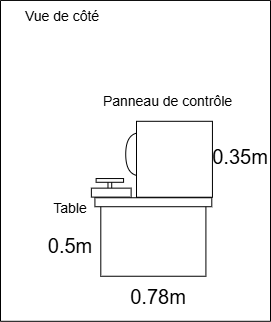
Above: technique/plan_implantation_02.drawio.png in deux-intelligence/deux-neurones (draw.io), before the change. Source tidied: cells renumbered, new cells last; positions are measured from the earlier drawing's top-left corner, leaving out a move shared by most shapes.
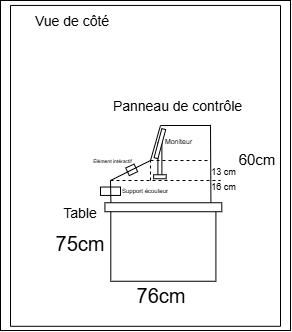
The same diagram one commit later.

Commit message:
Retouchement des plan d'implantation et  de l'équipement

What changed in the source:
```diff
@@ -2,12 +2,83 @@
   <root>
     <mxCell id="0" />
     <mxCell id="1" parent="0" />
-    <mxCell id="2" style="shape=or;whiteSpace=wrap;html=1;rotation=-180;" parent="1" vertex="1">
-      <mxGeometry x="125.2" y="132.2" width="14.8" height="43.1" as="geometry" />
-    </mxCell>
-    <mxCell id="3" style="rounded=0;whiteSpace=wrap;html=1;direction=south;rotation=-180;" parent="1" vertex="1">
-      <mxGeometry x="107.5" y="180.8" width="3.7" height="14.6" as="geometry" />
-    </mxCell>
+    <mxCell id="16" style="rounded=0;whiteSpace=wrap;html=1;" parent="1" vertex="1">
+      <mxGeometry x="-10" y="-5" width="290" height="330" as="geometry" />
+    </mxCell>
+    <mxCell id="13" style="swimlane;startSize=0;" parent="1" vertex="1">
+      <mxGeometry y="-0.1" width="270" height="320.9" as="geometry" />
+    </mxCell>
+    <mxCell id="17" style="rounded=0;whiteSpace=wrap;html=1;rotation=0;" parent="13" vertex="1">
+      <mxGeometry x="147.4" y="137.5" width="4" height="32.5" as="geometry" />
+    </mxCell>
+    <mxCell id="18" style="rounded=0;whiteSpace=wrap;html=1;rotation=65;direction=south;" parent="13" vertex="1">
+      <mxGeometry x="117" y="159.8" width="8.4" height="9.2" as="geometry" />
+    </mxCell>
+    <mxCell id="19" style="rounded=0;whiteSpace=wrap;html=1;" parent="13" vertex="1">
+      <mxGeometry x="90" y="181.6" width="20" height="8.4" as="geometry" />
+    </mxCell>
+    <mxCell id="20" style="endArrow=none;html=1;exitX=1.007;exitY=0.145;exitDx=0;exitDy=0;exitPerimeter=0;" parent="13" edge="1" source="6">
+      <mxGeometry relative="1" as="geometry">
+        <mxPoint x="100" y="175.1" as="targetPoint" />
+      </mxGeometry>
+    </mxCell>
+    <mxCell id="14" value="Vue de côté" style="text;html=1;whiteSpace=wrap;strokeColor=none;fillColor=none;align=center;verticalAlign=middle;rounded=0;fontSize=14;" parent="13" vertex="1">
+      <mxGeometry x="12.4" y="0.9" width="100" height="30" as="geometry" />
+    </mxCell>
+    <mxCell id="21" value="60cm" style="text;html=1;whiteSpace=wrap;strokeColor=none;fillColor=none;align=center;verticalAlign=middle;rounded=0;fontSize=15;spacing=1;" parent="13" vertex="1">
+      <mxGeometry x="227" y="143.1" width="40" height="21.3" as="geometry" />
+    </mxCell>
+    <mxCell id="22" value="75cm" style="text;html=1;whiteSpace=wrap;strokeColor=none;fillColor=none;align=center;verticalAlign=middle;rounded=0;fontSize=20;" parent="13" vertex="1">
+      <mxGeometry x="40" y="223.2" width="60" height="30" as="geometry" />
+    </mxCell>
+    <mxCell id="23" value="76cm" style="text;html=1;whiteSpace=wrap;strokeColor=none;fillColor=none;align=center;verticalAlign=middle;rounded=0;fontSize=20;" parent="13" vertex="1">
+      <mxGeometry x="121.4" y="275.1" width="60" height="30" as="geometry" />
+    </mxCell>
+    <mxCell id="24" style="endArrow=none;html=1;" parent="13" edge="1">
+      <mxGeometry relative="1" as="geometry">
+        <mxPoint x="100" y="175.1" as="sourcePoint" />
+        <mxPoint x="140" y="155.1" as="targetPoint" />
+      </mxGeometry>
+    </mxCell>
+    <mxCell id="25" style="endArrow=none;html=1;" parent="13" edge="1">
+      <mxGeometry relative="1" as="geometry">
+        <mxPoint x="140" y="155.1" as="sourcePoint" />
+        <mxPoint x="150" y="120.1" as="targetPoint" />
+      </mxGeometry>
+    </mxCell>
+    <mxCell id="26" style="endArrow=none;html=1;exitX=0.97;exitY=0.092;exitDx=0;exitDy=0;exitPerimeter=0;" parent="13" edge="1">
+      <mxGeometry relative="1" as="geometry">
+        <mxPoint x="200.4" y="197.5" as="sourcePoint" />
+        <mxPoint x="200" y="119.4" as="targetPoint" />
+      </mxGeometry>
+    </mxCell>
+    <mxCell id="27" value="16 cm" style="text;html=1;whiteSpace=wrap;strokeColor=none;fillColor=none;align=center;verticalAlign=middle;rounded=0;fontSize=9;" parent="13" vertex="1">
+      <mxGeometry x="200" y="174.9" width="27" height="15.1" as="geometry" />
+    </mxCell>
+    <mxCell id="28" style="rounded=0;whiteSpace=wrap;html=1;rotation=15;" parent="13" vertex="1">
+      <mxGeometry x="147.4" y="123.2" width="4" height="30" as="geometry" />
+    </mxCell>
+    <mxCell id="29" style="endArrow=none;dashed=1;html=1;" parent="13" edge="1">
+      <mxGeometry relative="1" as="geometry">
+        <mxPoint x="140" y="155.1" as="sourcePoint" />
+        <mxPoint x="200" y="155.1" as="targetPoint" />
+      </mxGeometry>
+    </mxCell>
+    <mxCell id="30" style="rounded=0;whiteSpace=wrap;html=1;rotation=-90;" parent="13" vertex="1">
+      <mxGeometry x="147.4" y="165.1" width="4" height="12.5" as="geometry" />
+    </mxCell>
+    <mxCell id="31" value="13 cm" style="text;html=1;whiteSpace=wrap;strokeColor=none;fillColor=none;align=center;verticalAlign=middle;rounded=0;fontSize=9;" parent="13" vertex="1">
+      <mxGeometry x="200" y="159.1" width="27" height="15.1" as="geometry" />
+    </mxCell>
+    <mxCell id="32" value="Moniteur" style="text;html=1;whiteSpace=wrap;strokeColor=none;fillColor=none;align=center;verticalAlign=middle;rounded=0;fontSize=7;" parent="13" vertex="1">
+      <mxGeometry x="151.4" y="131.6" width="35.4" height="11.5" as="geometry" />
+    </mxCell>
+    <mxCell id="33" value="Support écouteur" style="text;html=1;whiteSpace=wrap;strokeColor=none;fillColor=none;align=center;verticalAlign=middle;rounded=0;fontSize=6;" parent="13" vertex="1">
+      <mxGeometry x="105" y="180.1" width="60" height="11.5" as="geometry" />
+    </mxCell>
+    <mxCell id="34" value="Élément intéractif" style="text;html=1;whiteSpace=wrap;strokeColor=none;fillColor=none;align=center;verticalAlign=middle;rounded=0;fontSize=5;" parent="13" vertex="1">
+      <mxGeometry x="80" y="150" width="45.4" height="9.8" as="geometry" />
+    </mxCell>
     <mxCell id="4" style="rounded=0;whiteSpace=wrap;html=1;direction=south;rotation=-90;fillColor=none;" parent="1" vertex="1">
       <mxGeometry x="115.2" y="185.6" width="75.2" height="105.1" as="geometry" />
     </mxCell>
@@ -17,32 +88,26 @@
     <mxCell id="6" value="Table" style="text;html=1;whiteSpace=wrap;strokeColor=none;fillColor=none;align=center;verticalAlign=middle;rounded=0;fontSize=14;" parent="1" vertex="1">
       <mxGeometry x="40" y="193.1" width="60" height="30" as="geometry" />
     </mxCell>
-    <mxCell id="7" value="0.78m" style="text;html=1;whiteSpace=wrap;strokeColor=none;fillColor=none;align=center;verticalAlign=middle;rounded=0;fontSize=20;" parent="1" vertex="1">
-      <mxGeometry x="127.6" y="280.8" width="60" height="30" as="geometry" />
-    </mxCell>
-    <mxCell id="8" value="0.5m" style="text;html=1;whiteSpace=wrap;strokeColor=none;fillColor=none;align=center;verticalAlign=middle;rounded=0;fontSize=20;" parent="1" vertex="1">
-      <mxGeometry x="40" y="230.2" width="60" height="30" as="geometry" />
-    </mxCell>
-    <mxCell id="9" style="whiteSpace=wrap;html=1;" parent="1" vertex="1">
-      <mxGeometry x="136" y="120.8" width="75.9" height="75.9" as="geometry" />
-    </mxCell>
-    <mxCell id="10" style="rounded=0;whiteSpace=wrap;html=1;direction=south;rotation=-90;" parent="1" vertex="1">
-      <mxGeometry x="106.3" y="172.2" width="9" height="39.8" as="geometry" />
-    </mxCell>
-    <mxCell id="11" style="rounded=0;whiteSpace=wrap;html=1;direction=south;rotation=-90;" parent="1" vertex="1">
-      <mxGeometry x="107.5" y="166.2" width="3.7" height="27.4" as="geometry" />
-    </mxCell>
     <mxCell id="12" value="Panneau de contrôle" style="text;html=1;whiteSpace=wrap;strokeColor=none;fillColor=none;align=center;verticalAlign=middle;rounded=0;fontSize=14;" parent="1" vertex="1">
       <mxGeometry x="100" y="86" width="135.4" height="30.5" as="geometry" />
     </mxCell>
-    <mxCell id="13" style="swimlane;startSize=0;" parent="1" vertex="1">
-      <mxGeometry y="-0.1" width="270" height="320.9" as="geometry" />
-    </mxCell>
-    <mxCell id="14" value="Vue de côté" style="text;html=1;whiteSpace=wrap;strokeColor=none;fillColor=none;align=center;verticalAlign=middle;rounded=0;fontSize=14;" parent="13" vertex="1">
-      <mxGeometry x="12.4" y="0.9" width="100" height="30" as="geometry" />
-    </mxCell>
-    <mxCell id="15" value="0.35m" style="text;html=1;whiteSpace=wrap;strokeColor=none;fillColor=none;align=center;verticalAlign=middle;rounded=0;fontSize=20;" parent="13" vertex="1">
-      <mxGeometry x="210" y="140.9" width="60" height="30" as="geometry" />
-    </mxCell>
+    <mxCell id="35" style="endArrow=none;html=1;" parent="1" edge="1">
+      <mxGeometry relative="1" as="geometry">
+        <mxPoint x="200" y="120" as="sourcePoint" />
+        <mxPoint x="150" y="120" as="targetPoint" />
+      </mxGeometry>
+    </mxCell>
+    <mxCell id="36" style="endArrow=none;dashed=1;html=1;" parent="1" edge="1">
+      <mxGeometry relative="1" as="geometry">
+        <mxPoint x="100" y="175" as="sourcePoint" />
+        <mxPoint x="210" y="175" as="targetPoint" />
+      </mxGeometry>
+    </mxCell>
+    <mxCell id="37" style="endArrow=none;dashed=1;html=1;" parent="1" edge="1">
+      <mxGeometry relative="1" as="geometry">
+        <mxPoint x="140" y="175" as="sourcePoint" />
+        <mxPoint x="140" y="155" as="targetPoint" />
+      </mxGeometry>
+    </mxCell>
   </root>
 </mxGraphModel>
```
